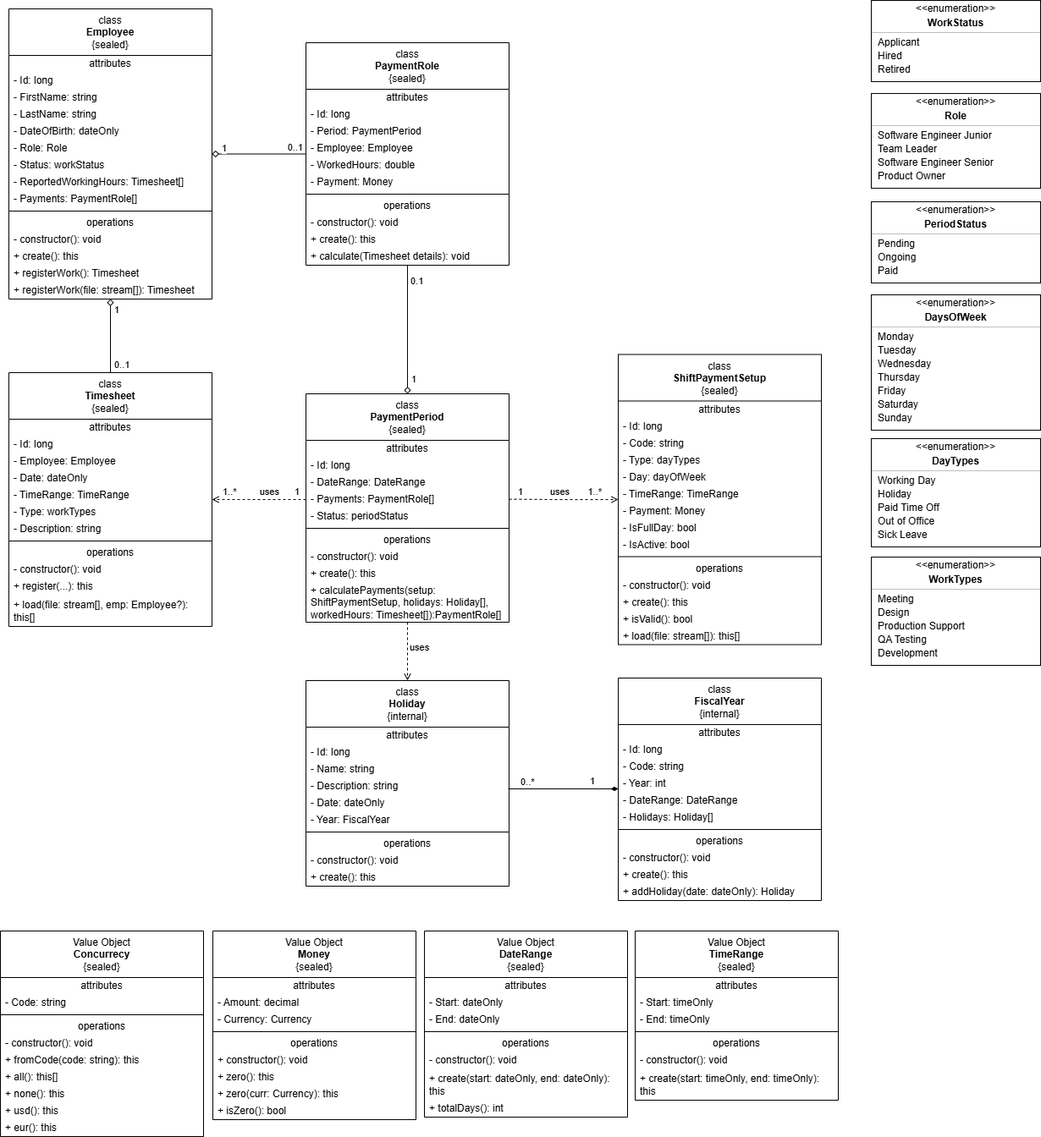
Before: docs/images/domain-model.png, a diagram exported from draw.io (rsmacias/PaymentCalculator). Source tidied: cells renumbered, new cells last; positions are measured from the earlier drawing's top-left corner, leaving out a move shared by most shapes.
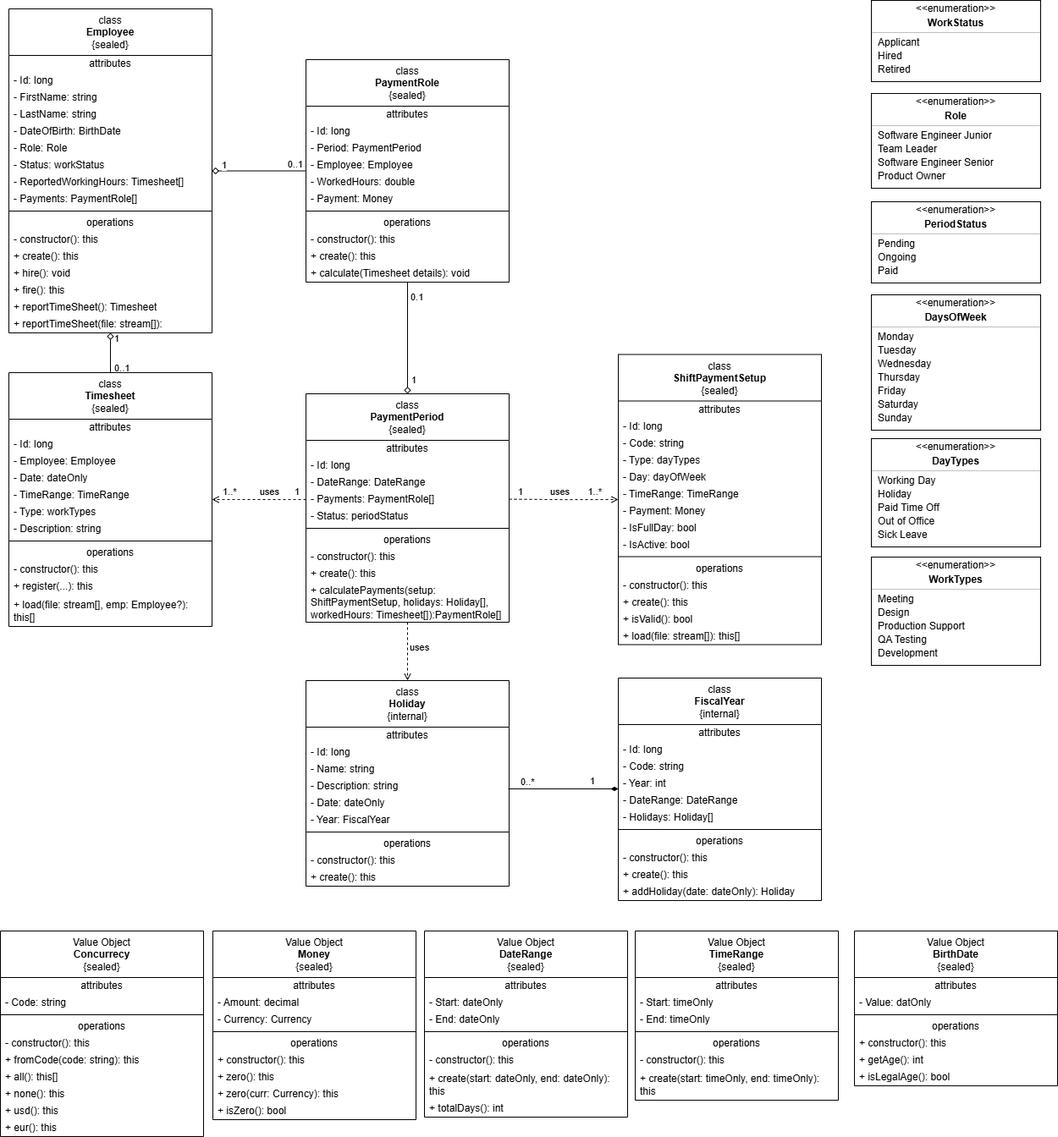
Above is the later version.

Commit message:
refactor(domain): changed the birth date property into a value object and updated the domain model diagram according to these recent changes.

What changed in the source:
```diff
@@ -12,7 +12,7 @@
       <mxGeometry x="0.76" y="3" relative="1" as="geometry" />
     </mxCell>
     <mxCell id="5" value="class&lt;br&gt;&lt;b&gt;Employee&lt;/b&gt;&lt;br&gt;{sealed}" style="swimlane;fontStyle=0;align=center;verticalAlign=top;horizontal=1;startSize=55;html=1;whiteSpace=wrap;" parent="1" vertex="1">
-      <mxGeometry x="10" y="10" width="240" height="343" as="geometry" />
+      <mxGeometry x="10" y="10" width="240" height="383" as="geometry" />
     </mxCell>
     <mxCell id="6" value="attributes" style="text;html=1;strokeColor=none;fillColor=none;align=center;verticalAlign=middle;spacingLeft=4;spacingRight=4;overflow=hidden;whiteSpace=wrap;" parent="5" vertex="1">
       <mxGeometry y="55" width="240" height="20" as="geometry" />
@@ -26,7 +26,7 @@
     <mxCell id="9" value="- LastName: string" style="text;html=1;strokeColor=none;fillColor=none;align=left;verticalAlign=middle;spacingLeft=4;spacingRight=4;overflow=hidden;whiteSpace=wrap;" parent="5" vertex="1">
       <mxGeometry y="115" width="240" height="20" as="geometry" />
     </mxCell>
-    <mxCell id="10" value="- DateOfBirth: dateOnly" style="text;html=1;strokeColor=none;fillColor=none;align=left;verticalAlign=middle;spacingLeft=4;spacingRight=4;overflow=hidden;whiteSpace=wrap;" parent="5" vertex="1">
+    <mxCell id="10" value="- DateOfBirth: BirthDate" style="text;html=1;strokeColor=none;fillColor=none;align=left;verticalAlign=middle;spacingLeft=4;spacingRight=4;overflow=hidden;whiteSpace=wrap;" parent="5" vertex="1">
       <mxGeometry y="135" width="240" height="20" as="geometry" />
     </mxCell>
     <mxCell id="11" value="- Role: Role" style="text;html=1;strokeColor=none;fillColor=none;align=left;verticalAlign=middle;spacingLeft=4;spacingRight=4;overflow=hidden;whiteSpace=wrap;" parent="5" vertex="1">
@@ -47,17 +47,23 @@
     <mxCell id="16" value="operations" style="text;html=1;strokeColor=none;fillColor=none;align=center;verticalAlign=middle;spacingLeft=4;spacingRight=4;overflow=hidden;whiteSpace=wrap;" parent="5" vertex="1">
       <mxGeometry y="243" width="240" height="20" as="geometry" />
     </mxCell>
-    <mxCell id="17" value="- constructor(): void" style="text;html=1;strokeColor=none;fillColor=none;align=left;verticalAlign=middle;spacingLeft=4;spacingRight=4;overflow=hidden;whiteSpace=wrap;" parent="5" vertex="1">
+    <mxCell id="17" value="- constructor(): this" style="text;html=1;strokeColor=none;fillColor=none;align=left;verticalAlign=middle;spacingLeft=4;spacingRight=4;overflow=hidden;whiteSpace=wrap;" parent="5" vertex="1">
       <mxGeometry y="263" width="240" height="20" as="geometry" />
     </mxCell>
     <mxCell id="18" value="+ create(): this" style="text;html=1;strokeColor=none;fillColor=none;align=left;verticalAlign=middle;spacingLeft=4;spacingRight=4;overflow=hidden;whiteSpace=wrap;" parent="5" vertex="1">
       <mxGeometry y="283" width="240" height="20" as="geometry" />
     </mxCell>
+    <mxCell id="210" value="+ hire(): void" style="text;html=1;strokeColor=none;fillColor=none;align=left;verticalAlign=middle;spacingLeft=4;spacingRight=4;overflow=hidden;whiteSpace=wrap;" parent="5" vertex="1">
+      <mxGeometry y="303" width="240" height="20" as="geometry" />
+    </mxCell>
+    <mxCell id="211" value="+ fire(): this" style="text;html=1;strokeColor=none;fillColor=none;align=left;verticalAlign=middle;spacingLeft=4;spacingRight=4;overflow=hidden;whiteSpace=wrap;" parent="5" vertex="1">
+      <mxGeometry y="323" width="240" height="20" as="geometry" />
+    </mxCell>
-    <mxCell id="19" value="+ registerWork(): Timesheet" style="text;html=1;strokeColor=none;fillColor=none;align=left;verticalAlign=middle;spacingLeft=4;spacingRight=4;overflow=hidden;whiteSpace=wrap;" parent="5" vertex="1">
-      <mxGeometry y="303" width="240" height="20" as="geometry" />
+    <mxCell id="19" value="+ reportTimeSheet(): Timesheet" style="text;html=1;strokeColor=none;fillColor=none;align=left;verticalAlign=middle;spacingLeft=4;spacingRight=4;overflow=hidden;whiteSpace=wrap;" parent="5" vertex="1">
+      <mxGeometry y="343" width="240" height="20" as="geometry" />
     </mxCell>
-    <mxCell id="20" value="+ registerWork(file: stream[]): Timesheet" style="text;html=1;strokeColor=none;fillColor=none;align=left;verticalAlign=middle;spacingLeft=4;spacingRight=4;overflow=hidden;whiteSpace=wrap;" parent="5" vertex="1">
-      <mxGeometry y="323" width="240" height="20" as="geometry" />
+    <mxCell id="20" value="+ reportTimeSheet(file: stream[]): Timesheet" style="text;html=1;strokeColor=none;fillColor=none;align=left;verticalAlign=middle;spacingLeft=4;spacingRight=4;overflow=hidden;whiteSpace=wrap;" parent="5" vertex="1">
+      <mxGeometry y="363" width="240" height="20" as="geometry" />
     </mxCell>
     <mxCell id="21" value="class&lt;br&gt;&lt;b&gt;Timesheet&lt;/b&gt;&lt;br&gt;{sealed}" style="swimlane;fontStyle=0;align=center;verticalAlign=top;horizontal=1;startSize=55;html=1;whiteSpace=wrap;" parent="1" vertex="1">
       <mxGeometry x="10" y="440" width="240" height="300" as="geometry" />
@@ -89,7 +95,7 @@
     <mxCell id="30" value="operations" style="text;html=1;strokeColor=none;fillColor=none;align=center;verticalAlign=middle;spacingLeft=4;spacingRight=4;overflow=hidden;whiteSpace=wrap;" parent="21" vertex="1">
       <mxGeometry y="203" width="240" height="20" as="geometry" />
     </mxCell>
-    <mxCell id="31" value="- constructor(): void" style="text;html=1;strokeColor=none;fillColor=none;align=left;verticalAlign=middle;spacingLeft=4;spacingRight=4;overflow=hidden;whiteSpace=wrap;" parent="21" vertex="1">
+    <mxCell id="31" value="- constructor(): this" style="text;html=1;strokeColor=none;fillColor=none;align=left;verticalAlign=middle;spacingLeft=4;spacingRight=4;overflow=hidden;whiteSpace=wrap;" parent="21" vertex="1">
       <mxGeometry y="223" width="240" height="20" as="geometry" />
     </mxCell>
     <mxCell id="32" value="+ register(...): this" style="text;html=1;strokeColor=none;fillColor=none;align=left;verticalAlign=middle;spacingLeft=4;spacingRight=4;overflow=hidden;whiteSpace=wrap;" parent="21" vertex="1">
@@ -99,7 +105,7 @@
       <mxGeometry y="263" width="240" height="37" as="geometry" />
     </mxCell>
     <mxCell id="34" value="class&lt;br&gt;&lt;b&gt;PaymentRole&lt;/b&gt;&lt;br&gt;{sealed}" style="swimlane;fontStyle=0;align=center;verticalAlign=top;horizontal=1;startSize=55;html=1;whiteSpace=wrap;" parent="1" vertex="1">
-      <mxGeometry x="361" y="50" width="240" height="263" as="geometry" />
+      <mxGeometry x="361" y="70" width="240" height="263" as="geometry" />
     </mxCell>
     <mxCell id="35" value="attributes" style="text;html=1;strokeColor=none;fillColor=none;align=center;verticalAlign=middle;spacingLeft=4;spacingRight=4;overflow=hidden;whiteSpace=wrap;" parent="34" vertex="1">
       <mxGeometry y="55" width="240" height="20" as="geometry" />
@@ -125,7 +131,7 @@
     <mxCell id="42" value="operations" style="text;html=1;strokeColor=none;fillColor=none;align=center;verticalAlign=middle;spacingLeft=4;spacingRight=4;overflow=hidden;whiteSpace=wrap;" parent="34" vertex="1">
       <mxGeometry y="183" width="240" height="20" as="geometry" />
     </mxCell>
-    <mxCell id="43" value="- constructor(): void" style="text;html=1;strokeColor=none;fillColor=none;align=left;verticalAlign=middle;spacingLeft=4;spacingRight=4;overflow=hidden;whiteSpace=wrap;" parent="34" vertex="1">
+    <mxCell id="43" value="- constructor(): this" style="text;html=1;strokeColor=none;fillColor=none;align=left;verticalAlign=middle;spacingLeft=4;spacingRight=4;overflow=hidden;whiteSpace=wrap;" parent="34" vertex="1">
       <mxGeometry y="203" width="240" height="20" as="geometry" />
     </mxCell>
     <mxCell id="44" value="+ create(): this" style="text;html=1;strokeColor=none;fillColor=none;align=left;verticalAlign=middle;spacingLeft=4;spacingRight=4;overflow=hidden;whiteSpace=wrap;" parent="34" vertex="1">
@@ -170,7 +176,7 @@
     <mxCell id="57" value="operations" style="text;html=1;strokeColor=none;fillColor=none;align=center;verticalAlign=middle;spacingLeft=4;spacingRight=4;overflow=hidden;whiteSpace=wrap;" parent="46" vertex="1">
       <mxGeometry y="243" width="240" height="20" as="geometry" />
     </mxCell>
-    <mxCell id="58" value="- constructor(): void" style="text;html=1;strokeColor=none;fillColor=none;align=left;verticalAlign=middle;spacingLeft=4;spacingRight=4;overflow=hidden;whiteSpace=wrap;" parent="46" vertex="1">
+    <mxCell id="58" value="- constructor(): this" style="text;html=1;strokeColor=none;fillColor=none;align=left;verticalAlign=middle;spacingLeft=4;spacingRight=4;overflow=hidden;whiteSpace=wrap;" parent="46" vertex="1">
       <mxGeometry y="263" width="240" height="20" as="geometry" />
     </mxCell>
     <mxCell id="59" value="+ create(): this" style="text;html=1;strokeColor=none;fillColor=none;align=left;verticalAlign=middle;spacingLeft=4;spacingRight=4;overflow=hidden;whiteSpace=wrap;" parent="46" vertex="1">
@@ -335,7 +341,7 @@
     <mxCell id="112" value="operations" style="text;html=1;strokeColor=none;fillColor=none;align=center;verticalAlign=middle;spacingLeft=4;spacingRight=4;overflow=hidden;whiteSpace=wrap;" parent="105" vertex="1">
       <mxGeometry y="163" width="240" height="20" as="geometry" />
     </mxCell>
-    <mxCell id="113" value="- constructor(): void" style="text;html=1;strokeColor=none;fillColor=none;align=left;verticalAlign=middle;spacingLeft=4;spacingRight=4;overflow=hidden;whiteSpace=wrap;" parent="105" vertex="1">
+    <mxCell id="113" value="- constructor(): this" style="text;html=1;strokeColor=none;fillColor=none;align=left;verticalAlign=middle;spacingLeft=4;spacingRight=4;overflow=hidden;whiteSpace=wrap;" parent="105" vertex="1">
       <mxGeometry y="183" width="240" height="20" as="geometry" />
     </mxCell>
     <mxCell id="114" value="+ create(): this" style="text;html=1;strokeColor=none;fillColor=none;align=left;verticalAlign=middle;spacingLeft=4;spacingRight=4;overflow=hidden;whiteSpace=wrap;" parent="105" vertex="1">
@@ -443,7 +449,7 @@
     <mxCell id="146" value="operations" style="text;html=1;strokeColor=none;fillColor=none;align=center;verticalAlign=middle;spacingLeft=4;spacingRight=4;overflow=hidden;whiteSpace=wrap;" parent="142" vertex="1">
       <mxGeometry y="103" width="240" height="20" as="geometry" />
     </mxCell>
-    <mxCell id="147" value="- constructor(): void" style="text;html=1;strokeColor=none;fillColor=none;align=left;verticalAlign=middle;spacingLeft=4;spacingRight=4;overflow=hidden;whiteSpace=wrap;" parent="142" vertex="1">
+    <mxCell id="147" value="- constructor(): this" style="text;html=1;strokeColor=none;fillColor=none;align=left;verticalAlign=middle;spacingLeft=4;spacingRight=4;overflow=hidden;whiteSpace=wrap;" parent="142" vertex="1">
       <mxGeometry y="123" width="240" height="20" as="geometry" />
     </mxCell>
     <mxCell id="148" value="+ fromCode(code: string): this" style="text;html=1;strokeColor=none;fillColor=none;align=left;verticalAlign=middle;spacingLeft=4;spacingRight=4;overflow=hidden;whiteSpace=wrap;" parent="142" vertex="1">
@@ -502,7 +508,7 @@
     <mxCell id="165" value="operations" style="text;html=1;strokeColor=none;fillColor=none;align=center;verticalAlign=middle;spacingLeft=4;spacingRight=4;overflow=hidden;whiteSpace=wrap;" parent="157" vertex="1">
       <mxGeometry y="183" width="240" height="20" as="geometry" />
     </mxCell>
-    <mxCell id="166" value="- constructor(): void" style="text;html=1;strokeColor=none;fillColor=none;align=left;verticalAlign=middle;spacingLeft=4;spacingRight=4;overflow=hidden;whiteSpace=wrap;" parent="157" vertex="1">
+    <mxCell id="166" value="- constructor(): this" style="text;html=1;strokeColor=none;fillColor=none;align=left;verticalAlign=middle;spacingLeft=4;spacingRight=4;overflow=hidden;whiteSpace=wrap;" parent="157" vertex="1">
       <mxGeometry y="203" width="240" height="20" as="geometry" />
     </mxCell>
     <mxCell id="167" value="+ create(): this" style="text;html=1;strokeColor=none;fillColor=none;align=left;verticalAlign=middle;spacingLeft=4;spacingRight=4;overflow=hidden;whiteSpace=wrap;" parent="157" vertex="1">
@@ -546,7 +552,7 @@
     <mxCell id="179" value="operations" style="text;html=1;strokeColor=none;fillColor=none;align=center;verticalAlign=middle;spacingLeft=4;spacingRight=4;overflow=hidden;whiteSpace=wrap;" parent="171" vertex="1">
       <mxGeometry y="183" width="240" height="20" as="geometry" />
     </mxCell>
-    <mxCell id="180" value="- constructor(): void" style="text;html=1;strokeColor=none;fillColor=none;align=left;verticalAlign=middle;spacingLeft=4;spacingRight=4;overflow=hidden;whiteSpace=wrap;" parent="171" vertex="1">
+    <mxCell id="180" value="- constructor(): this" style="text;html=1;strokeColor=none;fillColor=none;align=left;verticalAlign=middle;spacingLeft=4;spacingRight=4;overflow=hidden;whiteSpace=wrap;" parent="171" vertex="1">
       <mxGeometry y="203" width="240" height="20" as="geometry" />
     </mxCell>
     <mxCell id="181" value="+ create(): this" style="text;html=1;strokeColor=none;fillColor=none;align=left;verticalAlign=middle;spacingLeft=4;spacingRight=4;overflow=hidden;whiteSpace=wrap;" parent="171" vertex="1">
@@ -573,7 +579,7 @@
     <mxCell id="188" value="operations" style="text;html=1;strokeColor=none;fillColor=none;align=center;verticalAlign=middle;spacingLeft=4;spacingRight=4;overflow=hidden;whiteSpace=wrap;" parent="183" vertex="1">
       <mxGeometry y="123" width="240" height="20" as="geometry" />
     </mxCell>
-    <mxCell id="189" value="+ constructor(): void" style="text;html=1;strokeColor=none;fillColor=none;align=left;verticalAlign=middle;spacingLeft=4;spacingRight=4;overflow=hidden;whiteSpace=wrap;" parent="183" vertex="1">
+    <mxCell id="189" value="+ constructor(): this" style="text;html=1;strokeColor=none;fillColor=none;align=left;verticalAlign=middle;spacingLeft=4;spacingRight=4;overflow=hidden;whiteSpace=wrap;" parent="183" vertex="1">
       <mxGeometry y="143" width="240" height="20" as="geometry" />
     </mxCell>
     <mxCell id="190" value="+ zero(): this" style="text;html=1;strokeColor=none;fillColor=none;align=left;verticalAlign=middle;spacingLeft=4;spacingRight=4;overflow=hidden;whiteSpace=wrap;" parent="183" vertex="1">
@@ -603,7 +609,7 @@
     <mxCell id="198" value="operations" style="text;html=1;strokeColor=none;fillColor=none;align=center;verticalAlign=middle;spacingLeft=4;spacingRight=4;overflow=hidden;whiteSpace=wrap;" parent="193" vertex="1">
       <mxGeometry y="123" width="240" height="20" as="geometry" />
     </mxCell>
-    <mxCell id="199" value="- constructor(): void" style="text;html=1;strokeColor=none;fillColor=none;align=left;verticalAlign=middle;spacingLeft=4;spacingRight=4;overflow=hidden;whiteSpace=wrap;" parent="193" vertex="1">
+    <mxCell id="199" value="- constructor(): this" style="text;html=1;strokeColor=none;fillColor=none;align=left;verticalAlign=middle;spacingLeft=4;spacingRight=4;overflow=hidden;whiteSpace=wrap;" parent="193" vertex="1">
       <mxGeometry y="143" width="240" height="20" as="geometry" />
     </mxCell>
     <mxCell id="200" value="+ create(start: dateOnly, end: dateOnly): this" style="text;html=1;strokeColor=none;fillColor=none;align=left;verticalAlign=middle;spacingLeft=4;spacingRight=4;overflow=hidden;whiteSpace=wrap;" parent="193" vertex="1">
@@ -630,11 +636,35 @@
     <mxCell id="207" value="operations" style="text;html=1;strokeColor=none;fillColor=none;align=center;verticalAlign=middle;spacingLeft=4;spacingRight=4;overflow=hidden;whiteSpace=wrap;" parent="202" vertex="1">
       <mxGeometry y="123" width="240" height="20" as="geometry" />
     </mxCell>
-    <mxCell id="208" value="- constructor(): void" style="text;html=1;strokeColor=none;fillColor=none;align=left;verticalAlign=middle;spacingLeft=4;spacingRight=4;overflow=hidden;whiteSpace=wrap;" parent="202" vertex="1">
+    <mxCell id="208" value="- constructor(): this" style="text;html=1;strokeColor=none;fillColor=none;align=left;verticalAlign=middle;spacingLeft=4;spacingRight=4;overflow=hidden;whiteSpace=wrap;" parent="202" vertex="1">
       <mxGeometry y="143" width="240" height="20" as="geometry" />
     </mxCell>
     <mxCell id="209" value="+ create(start: timeOnly, end: timeOnly): this" style="text;html=1;strokeColor=none;fillColor=none;align=left;verticalAlign=middle;spacingLeft=4;spacingRight=4;overflow=hidden;whiteSpace=wrap;" parent="202" vertex="1">
       <mxGeometry y="163" width="240" height="37" as="geometry" />
     </mxCell>
+    <mxCell id="212" value="Value Object&lt;br&gt;&lt;b&gt;BirthDate&lt;/b&gt;&lt;br&gt;{sealed}" style="swimlane;fontStyle=0;align=center;verticalAlign=top;horizontal=1;startSize=55;html=1;whiteSpace=wrap;" parent="1" vertex="1">
+      <mxGeometry x="1009" y="1100" width="240" height="183" as="geometry" />
+    </mxCell>
+    <mxCell id="213" value="attributes" style="text;html=1;strokeColor=none;fillColor=none;align=center;verticalAlign=middle;spacingLeft=4;spacingRight=4;overflow=hidden;whiteSpace=wrap;" parent="212" vertex="1">
+      <mxGeometry y="55" width="240" height="20" as="geometry" />
+    </mxCell>
+    <mxCell id="214" value="- Value: datOnly" style="text;html=1;strokeColor=none;fillColor=none;align=left;verticalAlign=middle;spacingLeft=4;spacingRight=4;overflow=hidden;whiteSpace=wrap;" parent="212" vertex="1">
+      <mxGeometry y="75" width="240" height="20" as="geometry" />
+    </mxCell>
+    <mxCell id="215" style="line;strokeWidth=1;fillColor=none;align=left;verticalAlign=middle;spacingTop=-1;spacingLeft=3;spacingRight=3;labelPosition=right;" parent="212" vertex="1">
+      <mxGeometry y="95" width="240" height="8" as="geometry" />
+    </mxCell>
+    <mxCell id="216" value="operations" style="text;html=1;strokeColor=none;fillColor=none;align=center;verticalAlign=middle;spacingLeft=4;spacingRight=4;overflow=hidden;whiteSpace=wrap;" parent="212" vertex="1">
+      <mxGeometry y="103" width="240" height="20" as="geometry" />
+    </mxCell>
+    <mxCell id="217" value="+ constructor(): this" style="text;html=1;strokeColor=none;fillColor=none;align=left;verticalAlign=middle;spacingLeft=4;spacingRight=4;overflow=hidden;whiteSpace=wrap;" parent="212" vertex="1">
+      <mxGeometry y="123" width="240" height="20" as="geometry" />
+    </mxCell>
+    <mxCell id="218" value="+ getAge(): int" style="text;html=1;strokeColor=none;fillColor=none;align=left;verticalAlign=middle;spacingLeft=4;spacingRight=4;overflow=hidden;whiteSpace=wrap;" parent="212" vertex="1">
+      <mxGeometry y="143" width="240" height="20" as="geometry" />
+    </mxCell>
+    <mxCell id="219" value="+ isLegalAge(): bool" style="text;html=1;strokeColor=none;fillColor=none;align=left;verticalAlign=middle;spacingLeft=4;spacingRight=4;overflow=hidden;whiteSpace=wrap;" parent="212" vertex="1">
+      <mxGeometry y="163" width="240" height="20" as="geometry" />
+    </mxCell>
   </root>
 </mxGraphModel>
```
